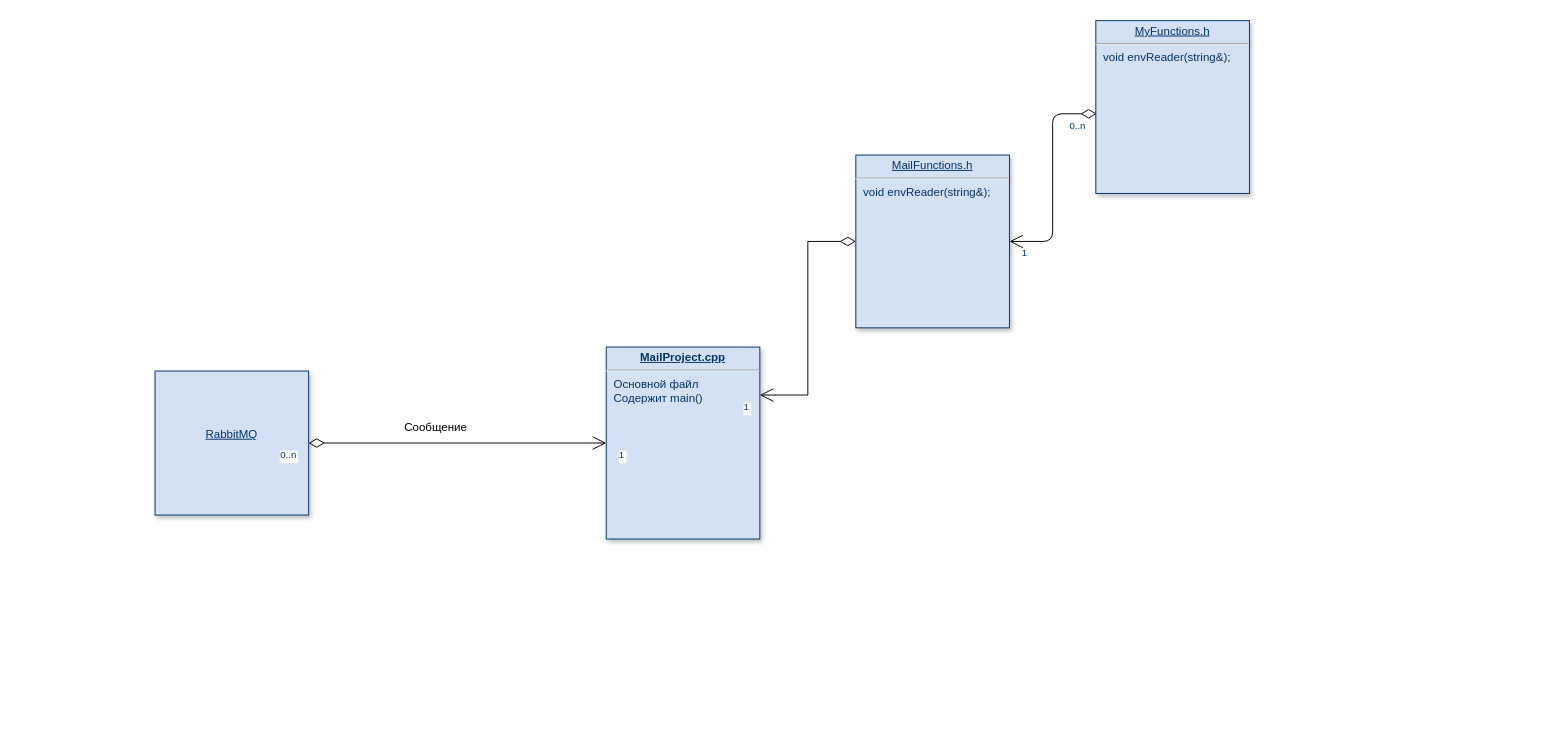
Before: Диаграмма без названия.drawio in Jorge-Balls-IV/E-mail-microservice, a draw.io diagram. Source tidied: cells renumbered, new cells numbered last; positions are measured from the earlier drawing's top-left corner, leaving out a move shared by most shapes. Both pictures are drawn from the tidied source at 96%, with x=0, y=0 at pixel (155, 20).
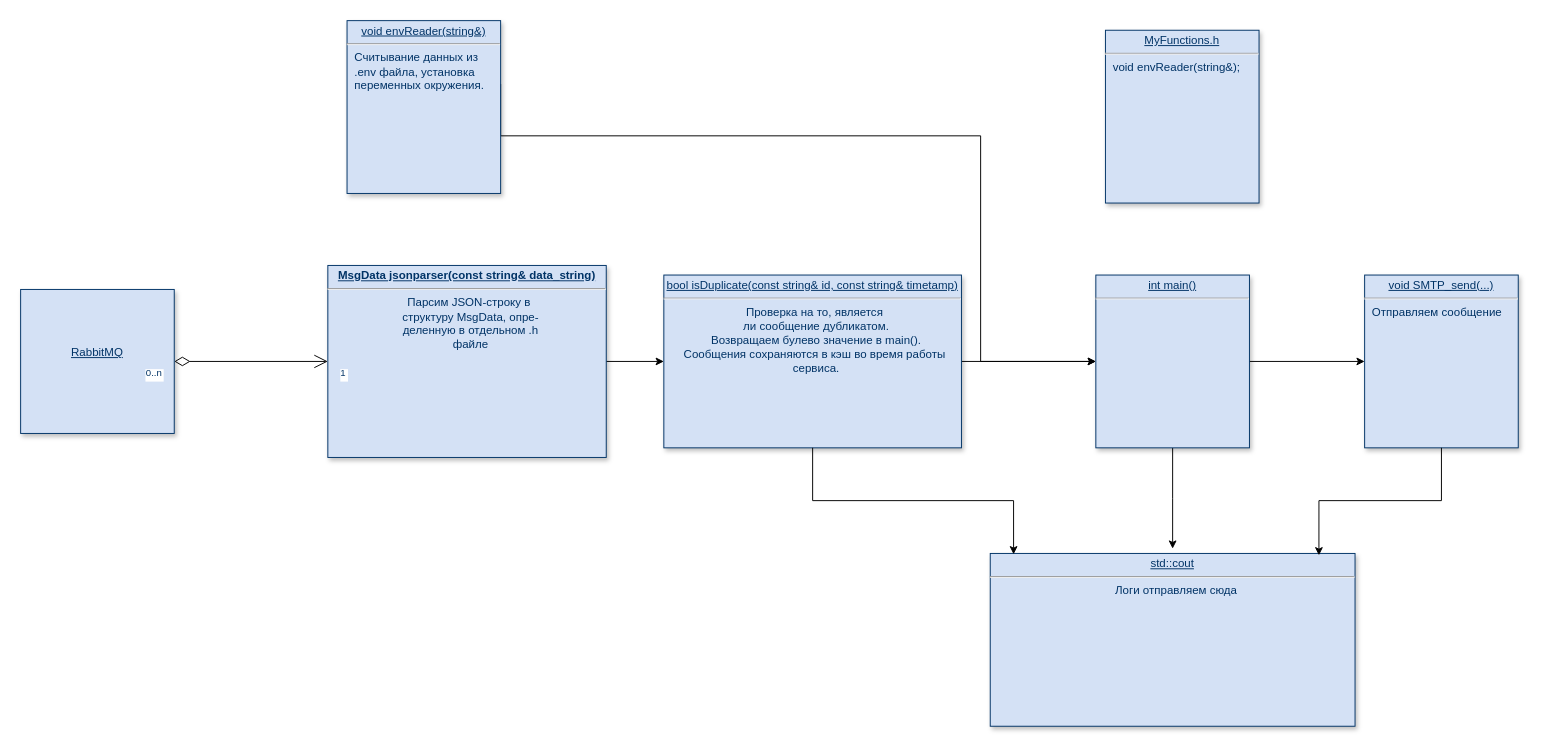
The same diagram, later.

The edit, as a diff of the source:
```diff
@@
+    <mxCell id="15" style="edgeStyle=orthogonalEdgeStyle;rounded=0;jettySize=auto;html=1;entryX=0;entryY=0.5;entryDx=0;entryDy=0;exitX=1;exitY=0.367;exitDx=0;exitDy=0;exitPerimeter=0;" parent="1" edge="1" source="2" target="19">
+      <mxGeometry relative="1" as="geometry">
+        <Array as="points">
+          <mxPoint x="360" y="120" />
+          <mxPoint x="860" y="120" />
+          <mxPoint x="860" y="355" />
+        </Array>
+      </mxGeometry>
+    </mxCell>
-    <mxCell id="2" value="&lt;p style=&quot;margin: 0px; margin-top: 4px; text-align: center; text-decoration: underline;&quot;&gt;MailFunctions.h&lt;/p&gt;&lt;hr&gt;&lt;p style=&quot;margin: 0px; margin-left: 8px;&quot;&gt;void envReader(string&amp;amp;);&lt;/p&gt;" style="verticalAlign=top;align=left;overflow=fill;fontSize=12;fontFamily=Helvetica;html=1;strokeColor=#003366;shadow=1;fillColor=#D4E1F5;fontColor=#003366;" parent="1" vertex="1">
-      <mxGeometry x="730" y="140" width="160" height="180" as="geometry" />
+    <mxCell id="2" value="&lt;p style=&quot;margin: 0px; margin-top: 4px; text-align: center; text-decoration: underline;&quot;&gt;void envReader(string&amp;amp;)&lt;/p&gt;&lt;hr&gt;&lt;p style=&quot;margin: 0px; margin-left: 8px;&quot;&gt;Считывание данных из&amp;nbsp;&lt;/p&gt;&lt;p style=&quot;margin: 0px; margin-left: 8px;&quot;&gt;.env файла, установка&amp;nbsp;&lt;/p&gt;&lt;p style=&quot;margin: 0px; margin-left: 8px;&quot;&gt;переменных окружения.&lt;/p&gt;" style="verticalAlign=top;align=left;overflow=fill;fontSize=12;fontFamily=Helvetica;html=1;strokeColor=#003366;shadow=1;fillColor=#D4E1F5;fontColor=#003366;" parent="1" vertex="1">
+      <mxGeometry x="200" width="160" height="180" as="geometry" />
     </mxCell>
     <mxCell id="3" value="&lt;p style=&quot;margin: 4px 0px 0px; text-decoration: underline;&quot;&gt;&lt;br&gt;&lt;/p&gt;&lt;p style=&quot;margin: 4px 0px 0px; text-decoration: underline;&quot;&gt;&lt;br&gt;&lt;/p&gt;&lt;p style=&quot;margin: 4px 0px 0px; text-decoration: underline;&quot;&gt;&lt;br&gt;&lt;/p&gt;&lt;p style=&quot;margin: 4px 0px 0px; text-decoration: underline;&quot;&gt;RabbitMQ&lt;/p&gt;" style="verticalAlign=top;align=center;overflow=fill;fontSize=12;fontFamily=Helvetica;html=1;strokeColor=#003366;shadow=1;fillColor=#D4E1F5;fontColor=#003366;" parent="1" vertex="1">
-      <mxGeometry y="365" width="160" height="150" as="geometry" />
+      <mxGeometry x="-140" y="280" width="160" height="150" as="geometry" />
     </mxCell>
+    <mxCell id="16" style="edgeStyle=orthogonalEdgeStyle;rounded=0;jettySize=auto;html=1;exitX=1;exitY=0.5;exitDx=0;exitDy=0;entryX=0;entryY=0.5;entryDx=0;entryDy=0;" parent="1" edge="1" source="4" target="21">
+      <mxGeometry relative="1" as="geometry" />
+    </mxCell>
-    <mxCell id="4" value="&lt;p style=&quot;margin: 0px; margin-top: 4px; text-align: center; text-decoration: underline;&quot;&gt;&lt;b&gt;MailProject.cpp&lt;/b&gt;&lt;/p&gt;&lt;hr&gt;&lt;p style=&quot;margin: 0px; margin-left: 8px;&quot;&gt;Основной файл&lt;/p&gt;&lt;p style=&quot;margin: 0px; margin-left: 8px;&quot;&gt;Содержит main()&lt;/p&gt;" style="verticalAlign=top;align=left;overflow=fill;fontSize=12;fontFamily=Helvetica;html=1;strokeColor=#003366;shadow=1;fillColor=#D4E1F5;fontColor=#003366;" parent="1" vertex="1">
-      <mxGeometry x="470" y="340" width="160" height="200" as="geometry" />
+    <mxCell id="4" value="&lt;p style=&quot;margin: 0px; margin-top: 4px; text-align: center; text-decoration: underline;&quot;&gt;&lt;b&gt;MsgData jsonparser(const string&amp;amp; data_string)&lt;/b&gt;&lt;/p&gt;&lt;hr&gt;&lt;p style=&quot;text-align: center; margin: 0px 0px 0px 8px;&quot;&gt;Парсим JSON-строку в&amp;nbsp;&lt;/p&gt;&lt;p style=&quot;text-align: center; margin: 0px 0px 0px 8px;&quot;&gt;структуру MsgData, опре-&lt;/p&gt;&lt;p style=&quot;text-align: center; margin: 0px 0px 0px 8px;&quot;&gt;деленную в отдельном .h&lt;/p&gt;&lt;p style=&quot;text-align: center; margin: 0px 0px 0px 8px;&quot;&gt;файле&lt;/p&gt;" style="verticalAlign=top;align=left;overflow=fill;fontSize=12;fontFamily=Helvetica;html=1;strokeColor=#003366;shadow=1;fillColor=#D4E1F5;fontColor=#003366;" parent="1" vertex="1">
+      <mxGeometry x="180" y="255" width="290" height="200" as="geometry" />
     </mxCell>
-    <mxCell id="5" style="endArrow=open;endSize=12;startArrow=diamondThin;startSize=14;startFill=0;edgeStyle=orthogonalEdgeStyle;rounded=0;entryX=1;entryY=0.25;entryDx=0;entryDy=0;" parent="1" edge="1" source="2" target="4">
-      <mxGeometry x="769.4" y="450" as="geometry" />
-    </mxCell>
-    <mxCell id="6" value="1" style="align=right;verticalAlign=top;labelBackgroundColor=#ffffff;fontSize=10;strokeColor=#003366;shadow=1;fillColor=#D4E1F5;fontColor=#003366;" parent="5" vertex="1">
-      <mxGeometry x="1" relative="1" as="geometry">
-        <mxPoint x="-10" as="offset" />
-      </mxGeometry>
-    </mxCell>
-    <mxCell id="7" style="endArrow=open;endSize=12;startArrow=diamondThin;startSize=14;startFill=0;edgeStyle=orthogonalEdgeStyle;exitX=0.006;exitY=0.539;exitDx=0;exitDy=0;exitPerimeter=0;" parent="1" edge="1" source="14" target="2">
-      <mxGeometry x="1389.4" y="130" as="geometry" />
-    </mxCell>
-    <mxCell id="8" value="0..n" style="align=left;verticalAlign=top;labelBackgroundColor=#ffffff;fontSize=10;strokeColor=#003366;shadow=1;fillColor=#D4E1F5;fontColor=#003366;" parent="7" vertex="1">
-      <mxGeometry x="-1" relative="1" as="geometry">
-        <mxPoint x="-30" as="offset" />
-      </mxGeometry>
-    </mxCell>
-    <mxCell id="9" value="1" style="align=right;verticalAlign=top;labelBackgroundColor=#ffffff;fontSize=10;strokeColor=#003366;shadow=1;fillColor=#D4E1F5;fontColor=#003366;" parent="7" vertex="1">
-      <mxGeometry x="1" relative="1" as="geometry">
-        <mxPoint x="20" as="offset" />
-      </mxGeometry>
-    </mxCell>
@@
-    <mxCell id="13" value="Сообщение&lt;div&gt;&lt;br&gt;&lt;/div&gt;" style="text;whiteSpace=wrap;html=1;" parent="1" vertex="1">
-      <mxGeometry x="258" y="410" width="70" height="40" as="geometry" />
-    </mxCell>
     <mxCell id="14" value="&lt;p style=&quot;margin: 0px; margin-top: 4px; text-align: center; text-decoration: underline;&quot;&gt;MyFunctions.h&lt;/p&gt;&lt;hr&gt;&lt;p style=&quot;margin: 0px; margin-left: 8px;&quot;&gt;void envReader(string&amp;amp;);&lt;/p&gt;" style="verticalAlign=top;align=left;overflow=fill;fontSize=12;fontFamily=Helvetica;html=1;strokeColor=#003366;shadow=1;fillColor=#D4E1F5;fontColor=#003366;" parent="1" vertex="1">
-      <mxGeometry x="980" width="160" height="180" as="geometry" />
+      <mxGeometry x="990" y="10" width="160" height="180" as="geometry" />
     </mxCell>
+    <mxCell id="17" style="edgeStyle=orthogonalEdgeStyle;rounded=0;jettySize=auto;html=1;exitX=1;exitY=0.5;exitDx=0;exitDy=0;entryX=0;entryY=0.5;entryDx=0;entryDy=0;" parent="1" edge="1" source="19" target="22">
+      <mxGeometry relative="1" as="geometry" />
+    </mxCell>
+    <mxCell id="18" style="edgeStyle=orthogonalEdgeStyle;rounded=0;jettySize=auto;html=1;" parent="1" edge="1" source="19">
+      <mxGeometry relative="1" as="geometry">
+        <mxPoint x="1060" y="550" as="targetPoint" />
+      </mxGeometry>
+    </mxCell>
+    <mxCell id="19" value="&lt;p style=&quot;margin: 0px; margin-top: 4px; text-align: center; text-decoration: underline;&quot;&gt;int main()&lt;/p&gt;&lt;hr&gt;&lt;p style=&quot;margin: 0px; margin-left: 8px;&quot;&gt;&lt;br&gt;&lt;/p&gt;" style="verticalAlign=top;align=left;overflow=fill;fontSize=12;fontFamily=Helvetica;html=1;strokeColor=#003366;shadow=1;fillColor=#D4E1F5;fontColor=#003366;" parent="1" vertex="1">
+      <mxGeometry x="980" y="265" width="160" height="180" as="geometry" />
+    </mxCell>
+    <mxCell id="20" style="rounded=0;jettySize=auto;html=1;exitX=1;exitY=0.5;exitDx=0;exitDy=0;entryX=0;entryY=0.5;entryDx=0;entryDy=0;" parent="1" edge="1" source="21" target="19">
+      <mxGeometry relative="1" as="geometry" />
+    </mxCell>
+    <mxCell id="21" value="&lt;p style=&quot;margin: 0px; margin-top: 4px; text-align: center; text-decoration: underline;&quot;&gt;bool isDuplicate(const string&amp;amp; id, const string&amp;amp; timetamp)&lt;/p&gt;&lt;hr&gt;&lt;p style=&quot;text-align: center; margin: 0px 0px 0px 8px;&quot;&gt;Проверка на то, является&amp;nbsp;&lt;/p&gt;&lt;p style=&quot;text-align: center; margin: 0px 0px 0px 8px;&quot;&gt;ли сообщение дубликатом.&lt;/p&gt;&lt;p style=&quot;text-align: center; margin: 0px 0px 0px 8px;&quot;&gt;Возвращаем булево значение в main().&lt;/p&gt;&lt;p style=&quot;text-align: center; margin: 0px 0px 0px 8px;&quot;&gt;Сообщения сохраняются в кэш во время работы&amp;nbsp;&lt;/p&gt;&lt;p style=&quot;text-align: center; margin: 0px 0px 0px 8px;&quot;&gt;сервиса.&lt;/p&gt;" style="verticalAlign=top;align=left;overflow=fill;fontSize=12;fontFamily=Helvetica;html=1;strokeColor=#003366;shadow=1;fillColor=#D4E1F5;fontColor=#003366;" parent="1" vertex="1">
+      <mxGeometry x="530" y="265" width="310" height="180" as="geometry" />
+    </mxCell>
+    <mxCell id="22" value="&lt;p style=&quot;margin: 0px; margin-top: 4px; text-align: center; text-decoration: underline;&quot;&gt;void SMTP_send(...)&lt;/p&gt;&lt;hr&gt;&lt;p style=&quot;margin: 0px; margin-left: 8px;&quot;&gt;Отправляем сообщение&amp;nbsp;&lt;/p&gt;" style="verticalAlign=top;align=left;overflow=fill;fontSize=12;fontFamily=Helvetica;html=1;strokeColor=#003366;shadow=1;fillColor=#D4E1F5;fontColor=#003366;" parent="1" vertex="1">
+      <mxGeometry x="1260" y="265" width="160" height="180" as="geometry" />
+    </mxCell>
+    <mxCell id="23" value="&lt;p style=&quot;margin: 0px; margin-top: 4px; text-align: center; text-decoration: underline;&quot;&gt;std::cout&lt;/p&gt;&lt;hr&gt;&lt;p style=&quot;text-align: center; margin: 0px 0px 0px 8px;&quot;&gt;Логи отправляем сюда&lt;/p&gt;&lt;p style=&quot;text-align: center; margin: 0px 0px 0px 8px;&quot;&gt;&lt;br&gt;&lt;/p&gt;" style="verticalAlign=top;align=left;overflow=fill;fontSize=12;fontFamily=Helvetica;html=1;strokeColor=#003366;shadow=1;fillColor=#D4E1F5;fontColor=#003366;" parent="1" vertex="1">
+      <mxGeometry x="870" y="555" width="380" height="180" as="geometry" />
+    </mxCell>
+    <mxCell id="24" style="edgeStyle=orthogonalEdgeStyle;rounded=0;jettySize=auto;html=1;exitX=0.5;exitY=1;exitDx=0;exitDy=0;entryX=0.064;entryY=0.005;entryDx=0;entryDy=0;entryPerimeter=0;" parent="1" edge="1" source="21" target="23">
+      <mxGeometry relative="1" as="geometry" />
+    </mxCell>
+    <mxCell id="25" style="edgeStyle=orthogonalEdgeStyle;rounded=0;jettySize=auto;html=1;exitX=0.5;exitY=1;exitDx=0;exitDy=0;entryX=0.901;entryY=0.011;entryDx=0;entryDy=0;entryPerimeter=0;" parent="1" edge="1" source="22" target="23">
+      <mxGeometry relative="1" as="geometry" />
+    </mxCell>
```
